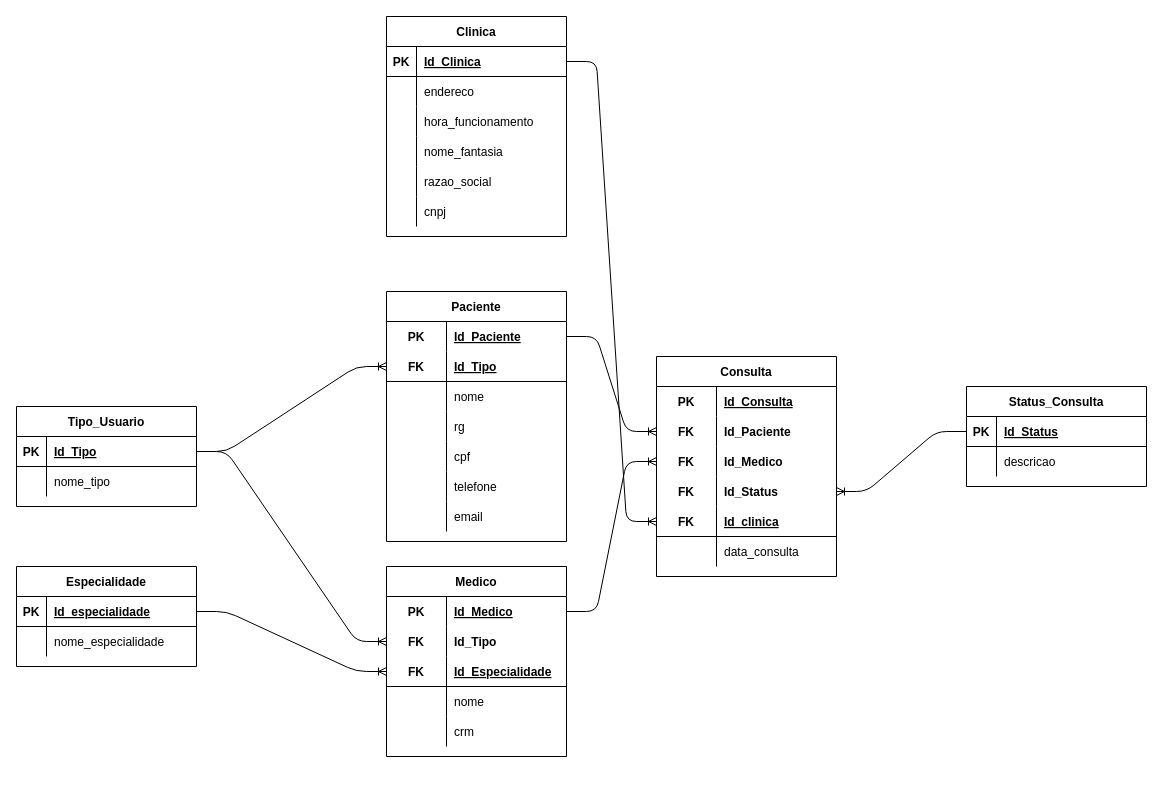
Before: page "Lógico" (2 of 2) of Modelagens/SP Medical Group.drawio in Leonardo-Souza-de-Castro/Projeto-SP-Medical-Group, a draw.io diagram. Source tidied: cells renumbered, new cells numbered last; positions are measured from the earlier drawing's top-left corner, leaving out a move shared by most shapes. Both pictures are drawn from the tidied source at 100%, with x=0, y=0 at pixel (16, 16).
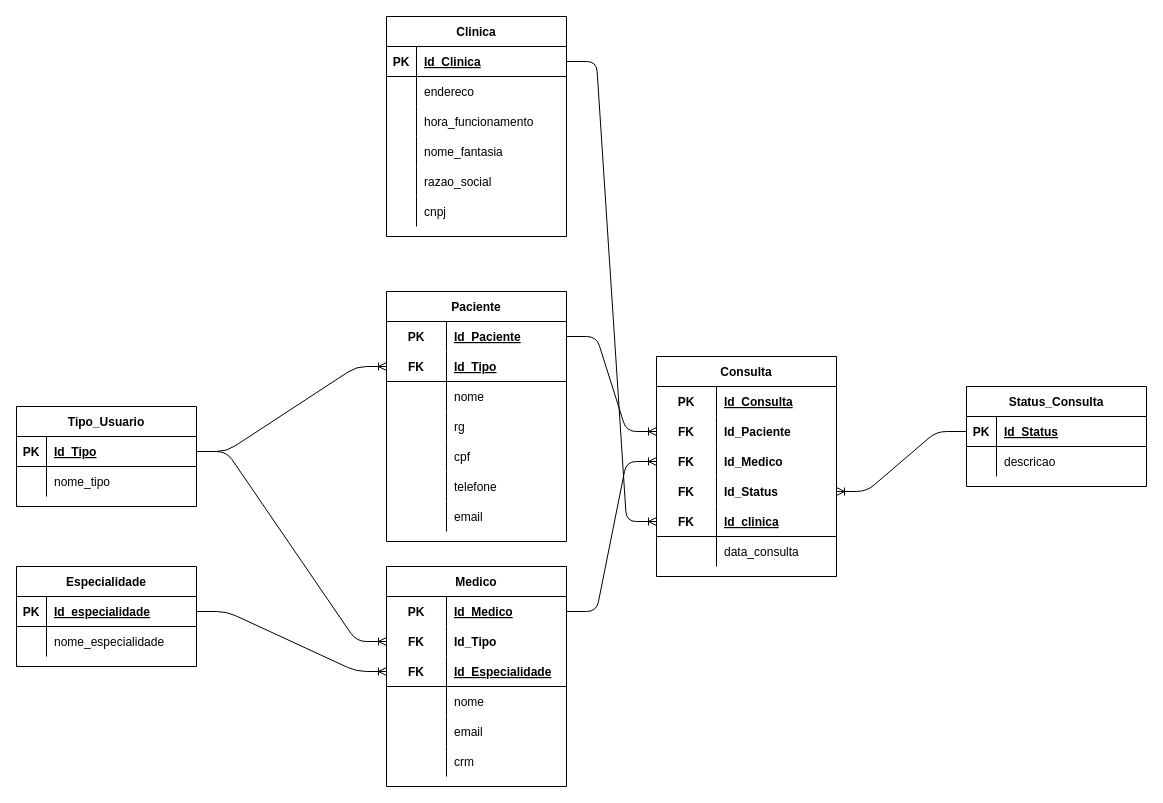
The same page after the edit.

Change to the diagram source:
```diff
@@
     <mxCell id="42" value="Medico" style="shape=table;startSize=30;childLayout=tableLayout;rowLines=0;fontStyle=1;align=center;" parent="1" vertex="1">
-      <mxGeometry x="370" y="550" width="180" height="190" as="geometry" />
+      <mxGeometry x="370" y="550" width="180" height="220" as="geometry" />
     </mxCell>
@@
+    <mxCell id="106" style="shape=partialRectangle;fillColor=none;top=0;left=0;bottom=0;right=0;" parent="42" vertex="1">
+      <mxGeometry y="150" width="180" height="30" as="geometry" />
+    </mxCell>
+    <mxCell id="107" style="shape=partialRectangle;fillColor=none;top=0;left=0;bottom=0;right=0;overflow=hidden;" parent="106" vertex="1">
+      <mxGeometry width="60" height="30" as="geometry" />
+    </mxCell>
+    <mxCell id="108" value="email" style="shape=partialRectangle;fillColor=none;top=0;left=0;bottom=0;right=0;align=left;spacingLeft=6;overflow=hidden;" parent="106" vertex="1">
+      <mxGeometry x="60" width="120" height="30" as="geometry" />
+    </mxCell>
     <mxCell id="55" style="shape=partialRectangle;fillColor=none;top=0;left=0;bottom=0;right=0;" parent="42" vertex="1">
-      <mxGeometry y="150" width="180" height="30" as="geometry" />
+      <mxGeometry y="180" width="180" height="30" as="geometry" />
     </mxCell>
```
